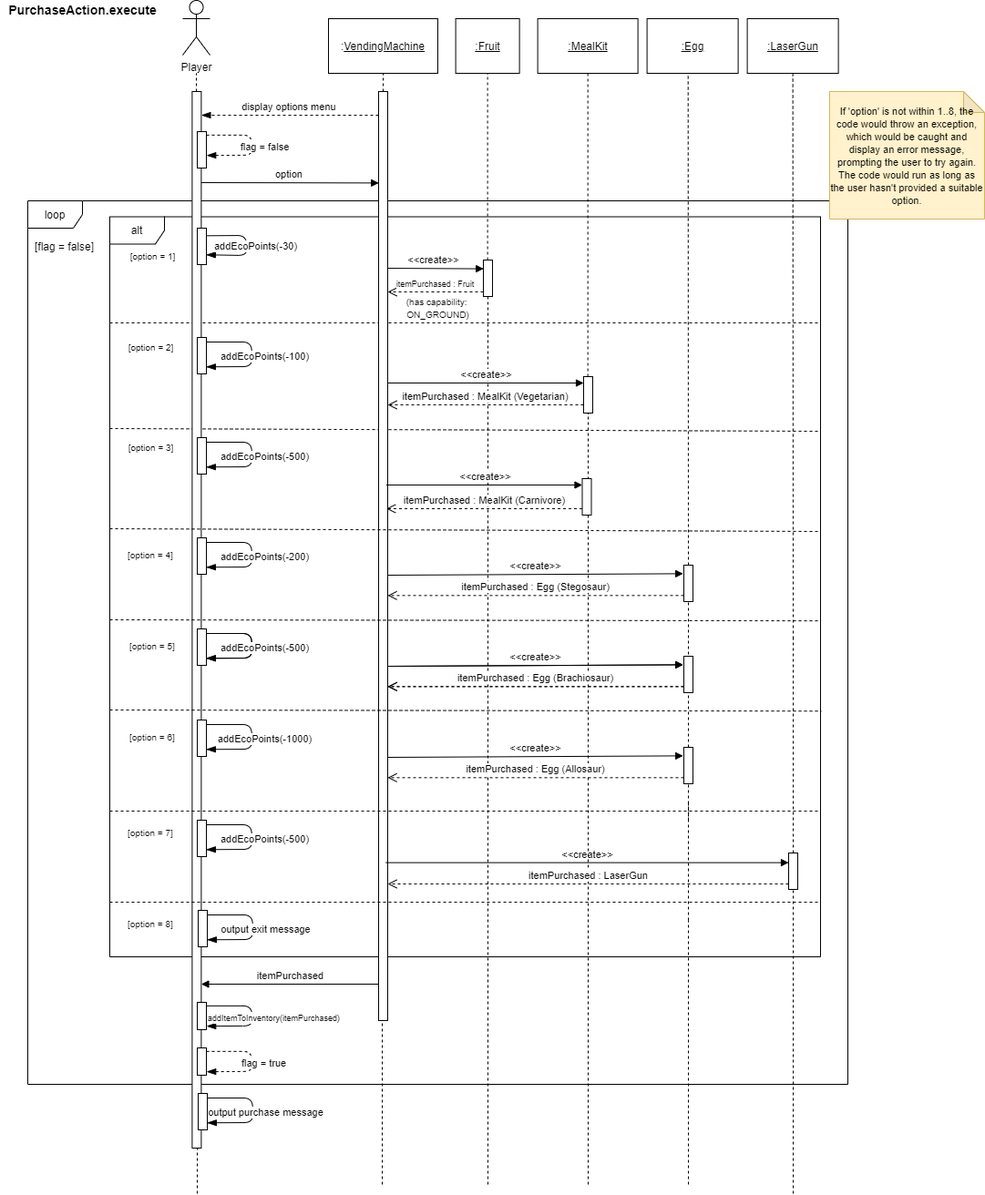
The draw.io diagram assignment_workings/PurchaseAction.execute.png in mltw/fit2099-jurassic-park-2021, before a commit. Source tidied: cells renumbered, new cells last; positions are measured from the earlier drawing's top-left corner, leaving out a move shared by most shapes.
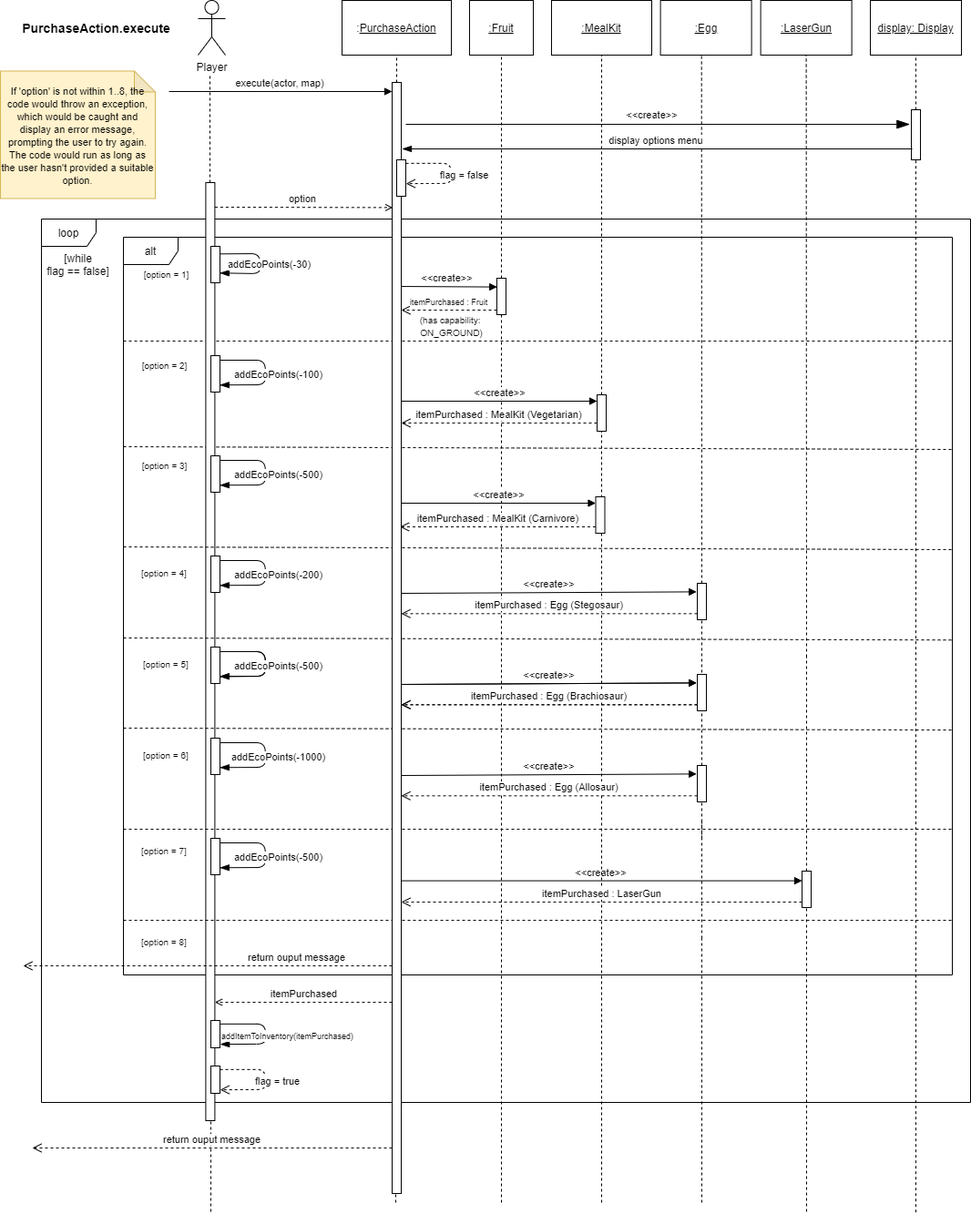
Later version of the same file.

Commit message:
update PurchaseAction.execute sequence diagram

What changed in the source:
```diff
@@ -3,48 +3,48 @@
     <mxCell id="0" />
     <mxCell id="1" parent="0" />
     <mxCell id="2" value="loop" style="shape=umlFrame;whiteSpace=wrap;html=1;" parent="1" vertex="1">
-      <mxGeometry x="30" y="220" width="900" height="970" as="geometry" />
+      <mxGeometry x="30" y="220" width="1020" height="970" as="geometry" />
     </mxCell>
     <mxCell id="3" value="alt" style="shape=umlFrame;whiteSpace=wrap;html=1;" parent="1" vertex="1">
-      <mxGeometry x="120" y="237.5" width="780" height="812.5" as="geometry" />
+      <mxGeometry x="120" y="240" width="910" height="810" as="geometry" />
     </mxCell>
     <mxCell id="4" value="Player" style="shape=umlActor;verticalLabelPosition=bottom;verticalAlign=top;html=1;" parent="1" vertex="1">
-      <mxGeometry x="200" width="30" height="60" as="geometry" />
+      <mxGeometry x="202" y="-20" width="30" height="60" as="geometry" />
     </mxCell>
-    <mxCell id="5" value=":&lt;u&gt;VendingMachine&lt;/u&gt;" style="rounded=0;whiteSpace=wrap;html=1;" parent="1" vertex="1">
-      <mxGeometry x="360" y="20" width="120" height="60" as="geometry" />
+    <mxCell id="5" value=":&lt;u&gt;PurchaseAction&lt;/u&gt;" style="rounded=0;whiteSpace=wrap;html=1;" parent="1" vertex="1">
+      <mxGeometry x="360" y="-20" width="120" height="60" as="geometry" />
     </mxCell>
     <mxCell id="6" style="endArrow=none;dashed=1;html=1;startArrow=none;" parent="1" edge="1" source="20">
       <mxGeometry relative="1" as="geometry">
-        <mxPoint x="215" y="80" as="targetPoint" />
+        <mxPoint x="215" y="60" as="targetPoint" />
       </mxGeometry>
     </mxCell>
     <mxCell id="7" style="endArrow=none;dashed=1;html=1;startArrow=none;" parent="1" edge="1" source="17" target="5">
       <mxGeometry relative="1" as="geometry" />
     </mxCell>
-    <mxCell id="8" value="option&amp;nbsp;" style="html=1;verticalAlign=bottom;endArrow=block;entryX=0.022;entryY=0.07;entryDx=0;entryDy=0;entryPerimeter=0;" parent="1" edge="1">
+    <mxCell id="8" value="option&amp;nbsp;" style="html=1;verticalAlign=bottom;endArrow=open;entryX=0.022;entryY=0.07;entryDx=0;entryDy=0;entryPerimeter=0;endFill=0;dashed=1;" parent="1" edge="1">
       <mxGeometry relative="1" as="geometry">
-        <mxPoint x="220" y="200" as="sourcePoint" />
-        <mxPoint x="415.2" y="200.4" as="targetPoint" />
+        <mxPoint x="220.4" y="207" as="sourcePoint" />
+        <mxPoint x="415.6" y="207.4" as="targetPoint" />
       </mxGeometry>
     </mxCell>
     <mxCell id="9" style="endArrow=none;dashed=1;html=1;" parent="1" edge="1">
       <mxGeometry relative="1" as="geometry">
         <mxPoint x="120" y="470" as="sourcePoint" />
-        <mxPoint x="900" y="473" as="targetPoint" />
+        <mxPoint x="1030" y="473" as="targetPoint" />
       </mxGeometry>
     </mxCell>
     <mxCell id="10" style="endArrow=none;dashed=1;html=1;" parent="1" edge="1">
       <mxGeometry relative="1" as="geometry">
         <mxPoint x="120" y="354" as="sourcePoint" />
-        <mxPoint x="900" y="354" as="targetPoint" />
+        <mxPoint x="1030" y="354" as="targetPoint" />
       </mxGeometry>
     </mxCell>
     <mxCell id="11" value="&lt;font style=&quot;font-size: 10px&quot;&gt;[option = 1]&lt;/font&gt;" style="text;html=1;align=center;verticalAlign=middle;strokeColor=none;" parent="1" vertex="1">
       <mxGeometry x="132" y="270" width="70" height="20" as="geometry" />
     </mxCell>
     <mxCell id="12" value="&lt;u&gt;:Fruit&lt;/u&gt;" style="rounded=0;whiteSpace=wrap;html=1;" parent="1" vertex="1">
-      <mxGeometry x="499.6" y="20" width="70" height="60" as="geometry" />
+      <mxGeometry x="500" y="-20" width="70" height="60" as="geometry" />
     </mxCell>
     <mxCell id="13" style="endArrow=none;dashed=1;html=1;startArrow=none;entryX=0.5;entryY=1;entryDx=0;entryDy=0;" parent="1" edge="1" source="15" target="12">
       <mxGeometry relative="1" as="geometry" />
@@ -63,9 +63,6 @@
         <mxPoint x="535" y="1300" as="sourcePoint" />
       </mxGeometry>
     </mxCell>
-    <mxCell id="17" style="html=1;points=[];perimeter=orthogonalPerimeter;" parent="1" vertex="1">
-      <mxGeometry x="415" y="100" width="10" height="1020" as="geometry" />
-    </mxCell>
     <mxCell id="18" style="endArrow=none;dashed=1;html=1;" parent="1" edge="1">
       <mxGeometry relative="1" as="geometry">
         <mxPoint x="216" y="1310" as="sourcePoint" />
@@ -76,14 +73,8 @@
       <mxGeometry x="130" y="370" width="70" height="20" as="geometry" />
     </mxCell>
     <mxCell id="20" style="html=1;points=[];perimeter=orthogonalPerimeter;" parent="1" vertex="1">
-      <mxGeometry x="210.4" y="100" width="10" height="1160" as="geometry" />
+      <mxGeometry x="210.4" y="180" width="10" height="1030" as="geometry" />
     </mxCell>
-    <mxCell id="21" value="display options menu&amp;nbsp;" style="html=1;verticalAlign=bottom;endArrow=blockThin;endSize=8;endFill=1;dashed=1;" parent="1" edge="1">
-      <mxGeometry relative="1" as="geometry">
-        <mxPoint x="415" y="126" as="sourcePoint" />
-        <mxPoint x="220.4" y="126" as="targetPoint" />
-      </mxGeometry>
-    </mxCell>
     <mxCell id="22" style="endArrow=none;dashed=1;html=1;startArrow=none;" parent="1" edge="1" source="24" target="42">
       <mxGeometry relative="1" as="geometry" />
     </mxCell>
@@ -104,7 +95,7 @@
     <mxCell id="26" style="endArrow=none;dashed=1;html=1;" parent="1" edge="1">
       <mxGeometry relative="1" as="geometry">
         <mxPoint x="120" y="890" as="sourcePoint" />
-        <mxPoint x="900" y="890" as="targetPoint" />
+        <mxPoint x="1030" y="890" as="targetPoint" />
       </mxGeometry>
     </mxCell>
     <mxCell id="27" value="&lt;font style=&quot;font-size: 10px&quot;&gt;[option = 3]&lt;/font&gt;" style="text;html=1;align=center;verticalAlign=middle;strokeColor=none;" parent="1" vertex="1">
@@ -126,7 +117,7 @@
     <mxCell id="31" style="endArrow=none;dashed=1;html=1;" parent="1" edge="1">
       <mxGeometry relative="1" as="geometry">
         <mxPoint x="120" y="990" as="sourcePoint" />
-        <mxPoint x="900" y="990" as="targetPoint" />
+        <mxPoint x="1030" y="990" as="targetPoint" />
       </mxGeometry>
     </mxCell>
     <mxCell id="32" style="endArrow=none;dashed=1;html=1;entryX=1;entryY=0.546;entryDx=0;entryDy=0;entryPerimeter=0;" parent="1" edge="1" target="3">
@@ -159,10 +150,10 @@
       </mxGeometry>
     </mxCell>
     <mxCell id="38" value="&lt;u&gt;&lt;font style=&quot;font-size: 12px&quot;&gt;:LaserGun&lt;/font&gt;&lt;/u&gt;" style="rounded=0;whiteSpace=wrap;html=1;" parent="1" vertex="1">
-      <mxGeometry x="819.6" y="20" width="100" height="60" as="geometry" />
+      <mxGeometry x="819.6" y="-20" width="100" height="60" as="geometry" />
     </mxCell>
     <mxCell id="39" value="&lt;u&gt;&lt;font style=&quot;font-size: 12px&quot;&gt;:Egg&lt;/font&gt;&lt;/u&gt;" style="rounded=0;whiteSpace=wrap;html=1;" parent="1" vertex="1">
-      <mxGeometry x="709.6" y="20" width="100" height="60" as="geometry" />
+      <mxGeometry x="709.6" y="-20" width="100" height="60" as="geometry" />
     </mxCell>
     <mxCell id="40" style="endArrow=none;dashed=1;html=1;entryX=0.5;entryY=1;entryDx=0;entryDy=0;startArrow=none;" parent="1" edge="1">
       <mxGeometry relative="1" as="geometry">
@@ -177,7 +168,7 @@
       </mxGeometry>
     </mxCell>
     <mxCell id="42" value="&lt;u&gt;&lt;font style=&quot;font-size: 12px&quot;&gt;:MealKit&lt;/font&gt;&lt;/u&gt;" style="rounded=0;whiteSpace=wrap;html=1;align=center;" parent="1" vertex="1">
-      <mxGeometry x="589.6" y="20" width="110" height="60" as="geometry" />
+      <mxGeometry x="590" y="-20" width="110" height="60" as="geometry" />
     </mxCell>
     <mxCell id="43" style="endArrow=none;dashed=1;html=1;" parent="1" edge="1">
       <mxGeometry relative="1" as="geometry">
@@ -188,8 +179,8 @@
     <mxCell id="44" value="&lt;font style=&quot;font-size: 14px&quot;&gt;&lt;b&gt;PurchaseAction.execute&lt;/b&gt;&lt;/font&gt;" style="text;html=1;align=center;verticalAlign=middle;strokeColor=none;" parent="1" vertex="1">
       <mxGeometry width="180" height="20" as="geometry" />
     </mxCell>
-    <mxCell id="45" value="[flag = false]" style="text;html=1;align=center;verticalAlign=middle;strokeColor=none;" parent="1" vertex="1">
-      <mxGeometry x="30" y="260" width="80" height="20" as="geometry" />
+    <mxCell id="45" value="[while&lt;br&gt;flag == false]" style="text;html=1;align=center;verticalAlign=middle;strokeColor=none;" parent="1" vertex="1">
+      <mxGeometry x="30" y="255" width="80" height="30" as="geometry" />
     </mxCell>
     <mxCell id="46" style="group;" parent="1" vertex="1">
       <mxGeometry x="216" y="250" width="54" height="40" as="geometry" />
@@ -265,7 +256,7 @@
     <mxCell id="60" style="endArrow=none;dashed=1;html=1;" parent="1" edge="1">
       <mxGeometry relative="1" as="geometry">
         <mxPoint x="120" y="580" as="sourcePoint" />
-        <mxPoint x="900" y="583" as="targetPoint" />
+        <mxPoint x="1030" y="583" as="targetPoint" />
       </mxGeometry>
     </mxCell>
     <mxCell id="61" style="group;" parent="1" vertex="1">
@@ -434,50 +425,6 @@
     <mxCell id="95" value="&lt;span style=&quot;font-family: &amp;#34;helvetica&amp;#34; ; font-size: 10px ; text-align: center&quot;&gt;[option = 8]&lt;/span&gt;" style="text;whiteSpace=wrap;html=1;" parent="1" vertex="1">
       <mxGeometry x="138" y="1000" width="54" height="30" as="geometry" />
     </mxCell>
-    <mxCell id="96" style="group;" parent="1" vertex="1">
-      <mxGeometry x="217" y="999" width="60" height="40" as="geometry" />
-    </mxCell>
-    <mxCell id="97" style="html=1;points=[];perimeter=orthogonalPerimeter;" parent="96" vertex="1">
-      <mxGeometry width="10" height="40" as="geometry" />
-    </mxCell>
-    <mxCell id="98" value="output exit message" style="html=1;verticalAlign=bottom;endArrow=blockThin;endSize=8;entryX=0.983;entryY=0.807;entryDx=0;entryDy=0;entryPerimeter=0;endFill=1;" parent="96" edge="1" target="97">
-      <mxGeometry x="0.18" y="14" relative="1" as="geometry">
-        <mxPoint x="9.6" y="5" as="sourcePoint" />
-        <Array as="points">
-          <mxPoint x="59.6" y="5" />
-          <mxPoint x="60" y="32" />
-        </Array>
-      </mxGeometry>
-    </mxCell>
-    <mxCell id="99" style="group;" parent="1" vertex="1">
-      <mxGeometry x="217" y="1200" width="60" height="40" as="geometry" />
-    </mxCell>
-    <mxCell id="100" style="html=1;points=[];perimeter=orthogonalPerimeter;" parent="99" vertex="1">
-      <mxGeometry width="10" height="40" as="geometry" />
-    </mxCell>
-    <mxCell id="101" value="output purchase message" style="html=1;verticalAlign=bottom;endArrow=blockThin;endSize=8;entryX=0.983;entryY=0.807;entryDx=0;entryDy=0;entryPerimeter=0;endFill=1;" parent="99" edge="1" target="100">
-      <mxGeometry x="0.18" y="14" relative="1" as="geometry">
-        <mxPoint x="9.6" y="5" as="sourcePoint" />
-        <Array as="points">
-          <mxPoint x="59.6" y="5" />
-          <mxPoint x="60" y="32" />
-        </Array>
-      </mxGeometry>
-    </mxCell>
-    <mxCell id="102" style="html=1;perimeter=orthogonalPerimeter;" parent="1" vertex="1">
-      <mxGeometry x="216" y="144" width="10" height="40" as="geometry" />
-    </mxCell>
-    <mxCell id="103" value="&lt;font style=&quot;font-size: 11px&quot;&gt;flag = false&lt;/font&gt;" style="html=1;verticalAlign=bottom;endArrow=blockThin;endSize=8;entryX=0.983;entryY=0.807;entryDx=0;entryDy=0;entryPerimeter=0;endFill=1;dashed=1;" parent="1" edge="1">
-      <mxGeometry x="0.18" y="14" relative="1" as="geometry">
-        <mxPoint x="226" y="147.9" as="sourcePoint" />
-        <mxPoint x="226.2" y="170.1" as="targetPoint" />
-        <Array as="points">
-          <mxPoint x="276" y="147.9" />
-          <mxPoint x="276" y="169.9" />
-        </Array>
-        <mxPoint x="14" y="-14" as="offset" />
-      </mxGeometry>
-    </mxCell>
     <mxCell id="104" style="group;" parent="1" vertex="1">
       <mxGeometry x="216" y="1100" width="60" height="30" as="geometry" />
     </mxCell>
@@ -501,7 +448,7 @@
     <mxCell id="108" style="html=1;perimeter=orthogonalPerimeter;" parent="107" vertex="1">
       <mxGeometry width="10" height="30" as="geometry" />
     </mxCell>
-    <mxCell id="109" value="&lt;font style=&quot;font-size: 11px&quot;&gt;flag = true&lt;/font&gt;" style="html=1;verticalAlign=bottom;endArrow=blockThin;endSize=8;entryX=0.983;entryY=0.807;entryDx=0;entryDy=0;entryPerimeter=0;endFill=1;dashed=1;" parent="107" edge="1">
+    <mxCell id="109" value="&lt;font style=&quot;font-size: 11px&quot;&gt;flag = true&lt;/font&gt;" style="html=1;verticalAlign=bottom;endArrow=open;endSize=8;entryX=0.983;entryY=0.807;entryDx=0;entryDy=0;entryPerimeter=0;endFill=0;dashed=1;" parent="107" edge="1">
       <mxGeometry x="0.18" y="13" relative="1" as="geometry">
         <mxPoint x="10" y="3.9" as="sourcePoint" />
         <mxPoint x="10.2" y="26.1" as="targetPoint" />
@@ -512,16 +459,80 @@
         <mxPoint x="13" y="-13" as="offset" />
       </mxGeometry>
     </mxCell>
-    <mxCell id="110" value="itemPurchased" style="html=1;verticalAlign=bottom;endArrow=block;" parent="1" edge="1" target="20">
+    <mxCell id="110" value="itemPurchased" style="html=1;verticalAlign=bottom;endArrow=open;endFill=0;dashed=1;" parent="1" edge="1" target="20">
       <mxGeometry relative="1" as="geometry">
         <mxPoint x="415" y="1080" as="sourcePoint" />
       </mxGeometry>
     </mxCell>
     <mxCell id="111" value="&lt;font style=&quot;font-size: 11px&quot;&gt;If 'option' is not within 1..8, the code would throw an exception, which would be caught and display an error message, prompting the user to try again.&lt;br&gt;The code would run as long as the user hasn't provided a suitable option.&lt;br&gt;&lt;/font&gt;" style="shape=note;whiteSpace=wrap;html=1;backgroundOutline=1;darkOpacity=0.05;fillColor=#fff2cc;strokeColor=#d6b656;size=23;" parent="1" vertex="1">
-      <mxGeometry x="910" y="100" width="170" height="140" as="geometry" />
+      <mxGeometry x="-15" y="57.5" width="170" height="140" as="geometry" />
     </mxCell>
     <mxCell id="112" value="&lt;font style=&quot;font-size: 10px&quot;&gt;(has capability: &lt;br&gt;ON_GROUND)&lt;/font&gt;" style="text;html=1;align=center;verticalAlign=middle;strokeColor=none;" parent="1" vertex="1">
       <mxGeometry x="440" y="322" width="80" height="30" as="geometry" />
     </mxCell>
+    <mxCell id="113" style="endArrow=none;dashed=1;html=1;startArrow=none;" parent="1" edge="1" source="115" target="114">
+      <mxGeometry relative="1" as="geometry" />
+    </mxCell>
+    <mxCell id="114" value="&lt;u&gt;&lt;font style=&quot;font-size: 12px&quot;&gt;display: Display&lt;/font&gt;&lt;/u&gt;" style="rounded=0;whiteSpace=wrap;html=1;" parent="1" vertex="1">
+      <mxGeometry x="940" y="-20" width="100" height="60" as="geometry" />
+    </mxCell>
+    <mxCell id="115" style="html=1;points=[];perimeter=orthogonalPerimeter;" parent="1" vertex="1">
+      <mxGeometry x="985" y="100" width="10" height="55" as="geometry" />
+    </mxCell>
+    <mxCell id="116" style="endArrow=none;dashed=1;html=1;startArrow=none;" parent="1" edge="1" target="115">
+      <mxGeometry relative="1" as="geometry">
+        <mxPoint x="990" y="1310.7" as="sourcePoint" />
+      </mxGeometry>
+    </mxCell>
+    <mxCell id="17" style="html=1;points=[];perimeter=orthogonalPerimeter;" parent="1" vertex="1">
+      <mxGeometry x="415" y="70" width="10" height="1220" as="geometry" />
+    </mxCell>
+    <mxCell id="117" style="group;" parent="1" vertex="1">
+      <mxGeometry x="420" y="155" width="60" height="40" as="geometry" />
+    </mxCell>
+    <mxCell id="102" style="html=1;perimeter=orthogonalPerimeter;" parent="117" vertex="1">
+      <mxGeometry width="10" height="40" as="geometry" />
+    </mxCell>
+    <mxCell id="103" value="&lt;font style=&quot;font-size: 11px&quot;&gt;flag = false&lt;/font&gt;" style="html=1;verticalAlign=bottom;endArrow=open;endSize=8;entryX=0.983;entryY=0.807;entryDx=0;entryDy=0;entryPerimeter=0;endFill=0;dashed=1;" parent="117" edge="1">
+      <mxGeometry x="0.18" y="14" relative="1" as="geometry">
+        <mxPoint x="10" y="3.9" as="sourcePoint" />
+        <mxPoint x="10.2" y="26.1" as="targetPoint" />
+        <Array as="points">
+          <mxPoint x="60" y="3.9" />
+          <mxPoint x="60" y="25.9" />
+        </Array>
+        <mxPoint x="14" y="-14" as="offset" />
+      </mxGeometry>
+    </mxCell>
+    <mxCell id="118" value="return ouput message" style="html=1;verticalAlign=bottom;endArrow=open;dashed=1;endSize=8;" parent="1" edge="1">
+      <mxGeometry relative="1" as="geometry">
+        <mxPoint x="415" y="1240" as="sourcePoint" />
+        <mxPoint x="20" y="1240" as="targetPoint" />
+      </mxGeometry>
+    </mxCell>
+    <mxCell id="119" value="&lt;span style=&quot;font-family: &amp;#34;helvetica&amp;#34;&quot;&gt;execute(actor, map&lt;/span&gt;&lt;span style=&quot;font-family: &amp;#34;helvetica&amp;#34;&quot;&gt;)&amp;nbsp;&lt;/span&gt;" style="html=1;verticalAlign=bottom;endArrow=block;" parent="1" edge="1">
+      <mxGeometry relative="1" as="geometry">
+        <mxPoint x="170" y="80" as="sourcePoint" />
+        <mxPoint x="415" y="80" as="targetPoint" />
+      </mxGeometry>
+    </mxCell>
+    <mxCell id="120" value="&amp;lt;&amp;lt;create&amp;gt;&amp;gt;" style="endArrow=blockThin;endSize=12;html=1;rounded=0;edgeStyle=orthogonalEdgeStyle;endFill=1;entryX=-0.167;entryY=0.364;entryDx=0;entryDy=0;entryPerimeter=0;" parent="1" edge="1">
+      <mxGeometry x="-0.03" y="10" relative="1" as="geometry">
+        <mxPoint x="430" y="116" as="sourcePoint" />
+        <mxPoint x="983.3" y="116" as="targetPoint" />
+      </mxGeometry>
+    </mxCell>
+    <mxCell id="21" value="display options menu&amp;nbsp;" style="html=1;verticalAlign=bottom;endArrow=blockThin;endSize=8;endFill=1;" parent="1" edge="1">
+      <mxGeometry relative="1" as="geometry">
+        <mxPoint x="986" y="143" as="sourcePoint" />
+        <mxPoint x="426" y="143" as="targetPoint" />
+      </mxGeometry>
+    </mxCell>
+    <mxCell id="121" value="return ouput message" style="html=1;verticalAlign=bottom;endArrow=open;dashed=1;endSize=8;" parent="1" edge="1">
+      <mxGeometry x="-0.48" relative="1" as="geometry">
+        <mxPoint x="415" y="1040" as="sourcePoint" />
+        <mxPoint x="10" y="1040" as="targetPoint" />
+      </mxGeometry>
+    </mxCell>
   </root>
 </mxGraphModel>
```
